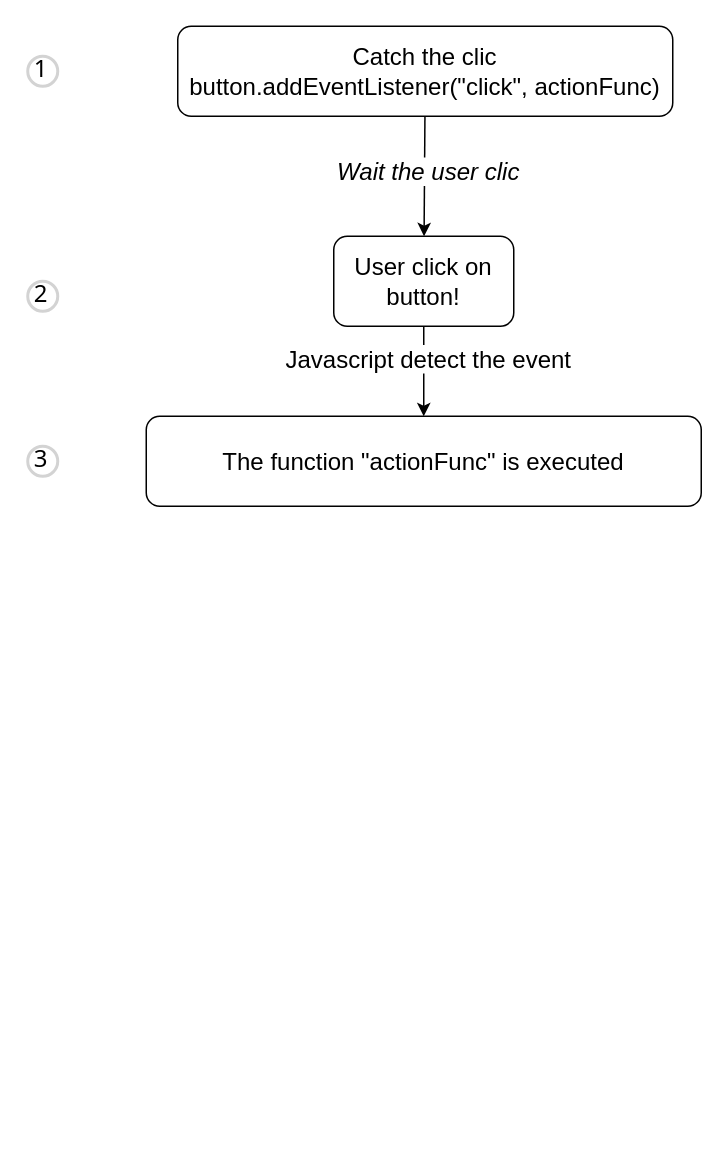
The draw.io diagram page "Page-10" (10 of 10) of docs/sources/mockup.drawio in cyanel-it/tp-webdev-front, before the edit. Source tidied: cells renumbered, new cells numbered last; positions are measured from the earlier drawing's top-left corner, leaving out a move shared by most shapes. Both pictures are drawn from the tidied source at 150%, with x=0, y=0 at pixel (27, 26).
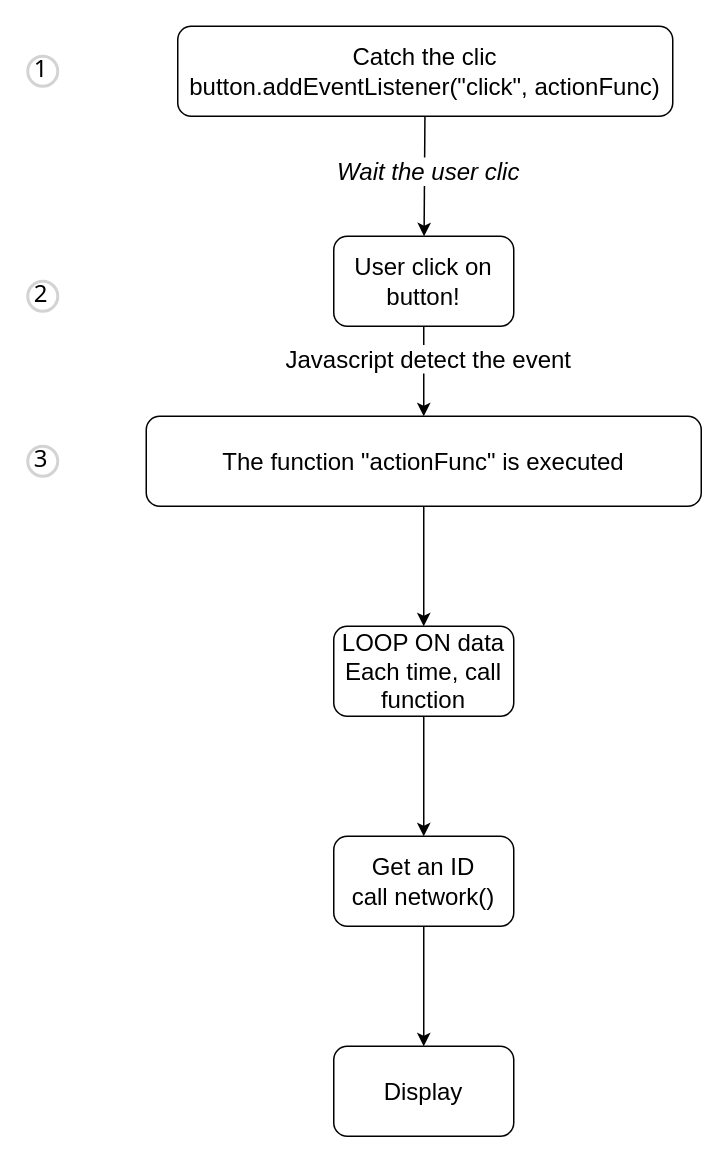
Above is the later version.

Change to the diagram source:
```diff
@@
 <mxGraphModel>
   <root>
     <mxCell id="0" />
     <mxCell id="1" parent="0" />
     <mxCell id="2" style="edgeStyle=none;rounded=0;jettySize=auto;html=1;fontSize=16;fontColor=#000000;" parent="1" edge="1" source="4" target="8">
       <mxGeometry relative="1" as="geometry" />
     </mxCell>
     <mxCell id="3" value="&lt;i&gt;Wait the user clic&lt;/i&gt;" style="edgeLabel;html=1;align=center;verticalAlign=middle;fontSize=16;fontColor=#000000;" parent="2" vertex="1">
       <mxGeometry x="-0.1" y="2" relative="1" as="geometry" />
     </mxCell>
     <mxCell id="4" value="Catch the clic&lt;br&gt;button.addEventListener(&quot;click&quot;, actionFunc)" style="rounded=1;whiteSpace=wrap;html=1;fontSize=16;fontColor=#000000;fillColor=none;" parent="1" vertex="1">
       <mxGeometry x="100" width="330" height="60" as="geometry" />
     </mxCell>
     <mxCell id="5" value="1" style="ellipse;whiteSpace=wrap;html=1;strokeWidth=2;fontFamily=Tahoma;spacingBottom=4;spacingRight=2;strokeColor=#d3d3d3;fontSize=16;fontColor=#000000;fillColor=none;" parent="1" vertex="1">
       <mxGeometry y="20" width="20" height="20" as="geometry" />
     </mxCell>
     <mxCell id="6" style="edgeStyle=none;rounded=0;jettySize=auto;html=1;fontSize=16;fontColor=#000000;" parent="1" edge="1" source="8" target="10">
       <mxGeometry relative="1" as="geometry" />
     </mxCell>
     <mxCell id="7" value="Javascript detect the event" style="edgeLabel;html=1;align=center;verticalAlign=middle;fontSize=16;fontColor=#000000;" parent="6" vertex="1">
       <mxGeometry x="-0.3" y="2" relative="1" as="geometry" />
     </mxCell>
     <mxCell id="8" value="User click on button!" style="whiteSpace=wrap;html=1;fontSize=16;fillColor=none;fontColor=#000000;rounded=1;" parent="1" vertex="1">
       <mxGeometry x="204" y="140" width="120" height="60" as="geometry" />
     </mxCell>
     <mxCell id="9" value="2" style="ellipse;whiteSpace=wrap;html=1;strokeWidth=2;fontFamily=Tahoma;spacingBottom=4;spacingRight=2;strokeColor=#d3d3d3;fontSize=16;fontColor=#000000;fillColor=none;" parent="1" vertex="1">
       <mxGeometry y="170" width="20" height="20" as="geometry" />
     </mxCell>
+    <mxCell id="12" style="edgeStyle=none;rounded=0;jettySize=auto;html=1;fontSize=16;fontColor=#000000;" parent="1" edge="1" source="10" target="14">
+      <mxGeometry relative="1" as="geometry" />
+    </mxCell>
     <mxCell id="10" value="The function &quot;actionFunc&quot; is executed" style="rounded=1;whiteSpace=wrap;html=1;fontSize=16;fillColor=none;fontColor=#000000;" parent="1" vertex="1">
       <mxGeometry x="79" y="260" width="370" height="60" as="geometry" />
     </mxCell>
     <mxCell id="11" value="3" style="ellipse;whiteSpace=wrap;html=1;strokeWidth=2;fontFamily=Tahoma;spacingBottom=4;spacingRight=2;strokeColor=#d3d3d3;fontSize=16;fontColor=#000000;fillColor=none;" parent="1" vertex="1">
       <mxGeometry y="280" width="20" height="20" as="geometry" />
     </mxCell>
+    <mxCell id="13" style="edgeStyle=none;rounded=0;jettySize=auto;html=1;fontSize=16;fontColor=#000000;" parent="1" edge="1" source="14" target="16">
+      <mxGeometry relative="1" as="geometry" />
+    </mxCell>
+    <mxCell id="14" value="LOOP ON data&lt;br&gt;Each time, call function" style="whiteSpace=wrap;html=1;fontSize=16;fillColor=none;fontColor=#000000;rounded=1;" parent="1" vertex="1">
+      <mxGeometry x="204" y="400" width="120" height="60" as="geometry" />
+    </mxCell>
+    <mxCell id="15" style="edgeStyle=none;rounded=0;jettySize=auto;html=1;fontSize=16;fontColor=#000000;" parent="1" edge="1" source="16" target="17">
+      <mxGeometry relative="1" as="geometry" />
+    </mxCell>
+    <mxCell id="16" value="Get an ID&lt;br&gt;call network()" style="whiteSpace=wrap;html=1;fontSize=16;fillColor=none;fontColor=#000000;rounded=1;" parent="1" vertex="1">
+      <mxGeometry x="204" y="540" width="120" height="60" as="geometry" />
+    </mxCell>
+    <mxCell id="17" value="Display" style="whiteSpace=wrap;html=1;fontSize=16;fillColor=none;fontColor=#000000;rounded=1;" parent="1" vertex="1">
+      <mxGeometry x="204" y="680" width="120" height="60" as="geometry" />
+    </mxCell>
   </root>
 </mxGraphModel>
```
